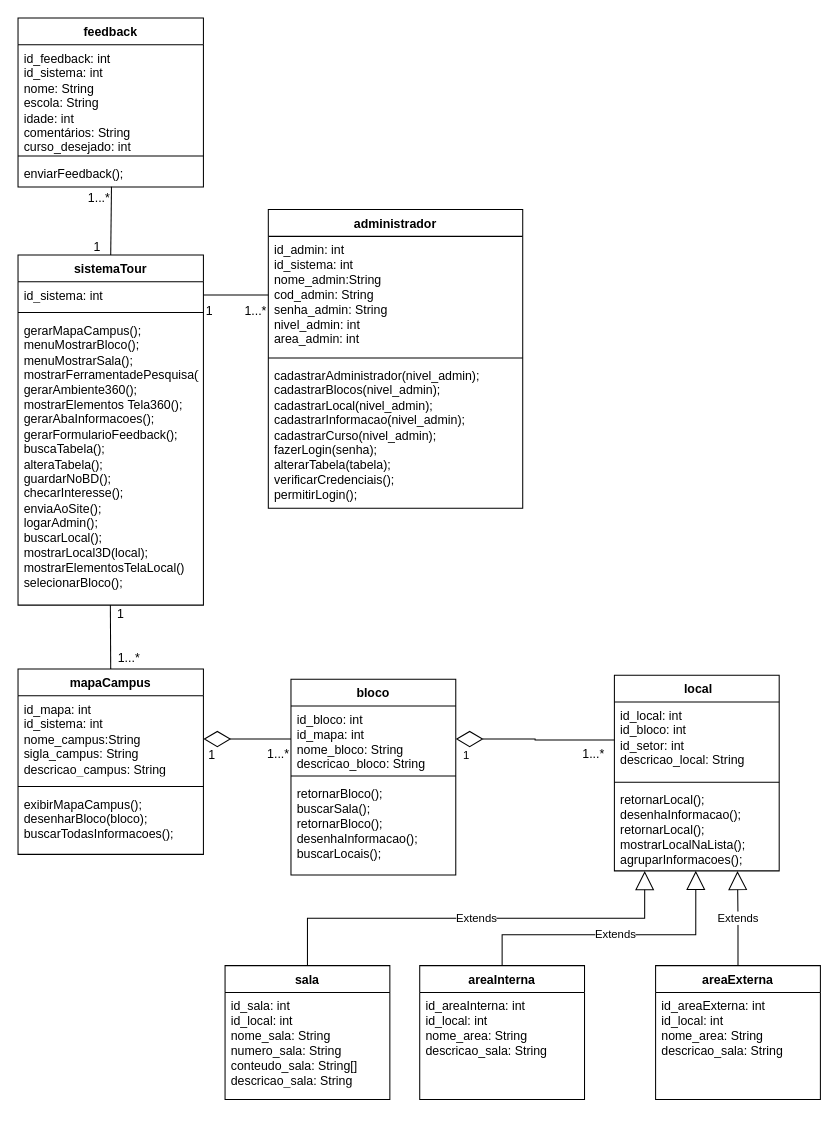
The draw.io diagram DiagramaDeClasses.drawio in Gigagiga1234/Tour-Virtual, before the edit. Source tidied: cells renumbered, new cells numbered last; positions are measured from the earlier drawing's top-left corner, leaving out a move shared by most shapes. Both pictures are drawn from the tidied source at 103%, with x=0, y=0 at pixel (18, 18).
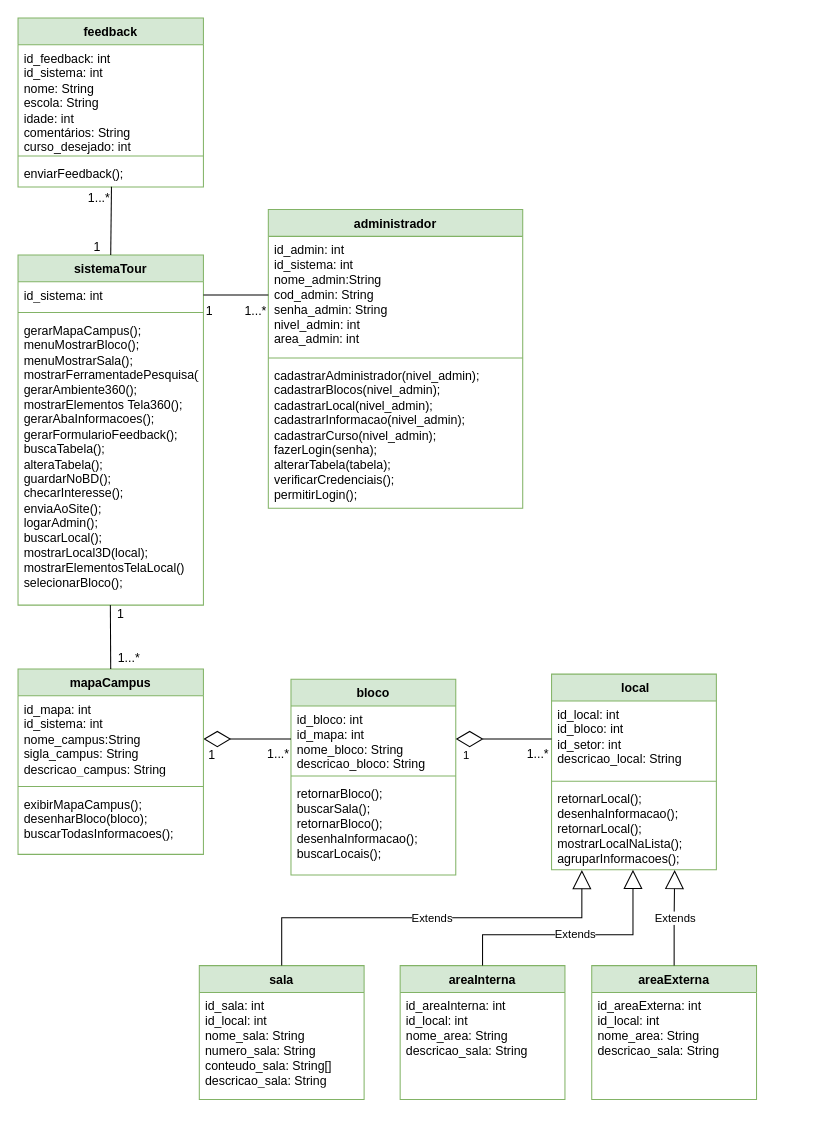
The same page after the edit.

The change refers to these unchanged cells:
```xml
<mxCell id="17" value="retornarLocal();&lt;br&gt;&lt;span style=&quot;text-align: center; text-wrap-mode: nowrap;&quot;&gt;&lt;font&gt;desenhaInformacao();&lt;/font&gt;&lt;/span&gt;&lt;br&gt;&lt;div style=&quot;text-wrap-mode: nowrap;&quot;&gt;&lt;font&gt;retornarLocal();&lt;br&gt;&lt;span style=&quot;text-align: center;&quot;&gt;&lt;font&gt;mostrarLocalNaLista();&lt;br&gt;&lt;/font&gt;&lt;/span&gt;&lt;span style=&quot;text-align: center;&quot;&gt;&lt;font&gt;agruparInformacoes();&lt;/font&gt;&lt;/span&gt;&lt;span style=&quot;text-align: center;&quot;&gt;&lt;font&gt;&lt;/font&gt;&lt;/span&gt;&lt;/font&gt;&lt;/div&gt;" style="text;strokeColor=none;fillColor=none;align=left;verticalAlign=top;spacingLeft=4;spacingRight=4;overflow=hidden;points=[[0,0.5],[1,0.5]];portConstraint=eastwest;whiteSpace=wrap;html=1;" parent="14" vertex="1">
  <mxGeometry y="108" width="160" height="82" as="geometry" />
</mxCell>
```

What changed in the source:
```diff
@@
-    <mxCell id="2" value="feedback" style="swimlane;fontStyle=1;align=center;verticalAlign=top;horizontal=1;startSize=26;whiteSpace=wrap;html=1;" parent="1" vertex="1">
+    <mxCell id="2" value="feedback" style="swimlane;fontStyle=1;align=center;verticalAlign=top;horizontal=1;startSize=26;whiteSpace=wrap;html=1;fillColor=#d5e8d4;strokeColor=#82b366;" parent="1" vertex="1">
       <mxGeometry width="180" height="164" as="geometry" />
     </mxCell>
@@
-    <mxCell id="6" value="administrador" style="swimlane;fontStyle=1;align=center;verticalAlign=top;horizontal=1;startSize=26;whiteSpace=wrap;html=1;" parent="1" vertex="1">
+    <mxCell id="6" value="administrador" style="swimlane;fontStyle=1;align=center;verticalAlign=top;horizontal=1;startSize=26;whiteSpace=wrap;html=1;fillColor=#d5e8d4;strokeColor=#82b366;" parent="1" vertex="1">
       <mxGeometry x="243" y="186" width="247" height="290" as="geometry" />
     </mxCell>
@@
-    <mxCell id="10" value="bloco" style="swimlane;fontStyle=1;align=center;verticalAlign=top;horizontal=1;startSize=26;whiteSpace=wrap;html=1;" parent="1" vertex="1">
+    <mxCell id="10" value="bloco" style="swimlane;fontStyle=1;align=center;verticalAlign=top;horizontal=1;startSize=26;whiteSpace=wrap;html=1;fillColor=#d5e8d4;strokeColor=#82b366;" parent="1" vertex="1">
       <mxGeometry x="265" y="642" width="160" height="190" as="geometry" />
     </mxCell>
@@
-    <mxCell id="14" value="&amp;nbsp;local" style="swimlane;fontStyle=1;align=center;verticalAlign=top;horizontal=1;startSize=26;whiteSpace=wrap;html=1;" parent="1" vertex="1">
-      <mxGeometry x="579" y="638" width="160" height="190" as="geometry" />
+    <mxCell id="14" value="&amp;nbsp;local" style="swimlane;fontStyle=1;align=center;verticalAlign=top;horizontal=1;startSize=26;whiteSpace=wrap;html=1;fillColor=#d5e8d4;strokeColor=#82b366;" parent="1" vertex="1">
+      <mxGeometry x="518" y="637" width="160" height="190" as="geometry" />
     </mxCell>
@@
-    <mxCell id="21" value="mapaCampus" style="swimlane;fontStyle=1;align=center;verticalAlign=top;horizontal=1;startSize=26;whiteSpace=wrap;html=1;" parent="1" vertex="1">
+    <mxCell id="21" value="mapaCampus" style="swimlane;fontStyle=1;align=center;verticalAlign=top;horizontal=1;startSize=26;whiteSpace=wrap;html=1;fillColor=#d5e8d4;strokeColor=#82b366;" parent="1" vertex="1">
       <mxGeometry y="632" width="180" height="180" as="geometry" />
     </mxCell>
@@
     <mxCell id="25" value="1...*" style="text;html=1;whiteSpace=wrap;strokeColor=none;fillColor=none;align=center;verticalAlign=middle;rounded=0;" parent="1" vertex="1">
-      <mxGeometry x="529" y="700" width="60" height="30" as="geometry" />
+      <mxGeometry x="475" y="700" width="60" height="30" as="geometry" />
     </mxCell>
-    <mxCell id="26" value="sala" style="swimlane;fontStyle=1;align=center;verticalAlign=top;horizontal=1;startSize=26;whiteSpace=wrap;html=1;" parent="1" vertex="1">
-      <mxGeometry x="201" y="920" width="160" height="130" as="geometry" />
+    <mxCell id="26" value="sala" style="swimlane;fontStyle=1;align=center;verticalAlign=top;horizontal=1;startSize=26;whiteSpace=wrap;html=1;fillColor=#d5e8d4;strokeColor=#82b366;" parent="1" vertex="1">
+      <mxGeometry x="176" y="920" width="160" height="130" as="geometry" />
     </mxCell>
@@
-    <mxCell id="31" value="sistemaTour" style="swimlane;fontStyle=1;align=center;verticalAlign=top;horizontal=1;startSize=26;whiteSpace=wrap;html=1;" parent="1" vertex="1">
+    <mxCell id="31" value="sistemaTour" style="swimlane;fontStyle=1;align=center;verticalAlign=top;horizontal=1;startSize=26;whiteSpace=wrap;html=1;fillColor=#d5e8d4;strokeColor=#82b366;" parent="1" vertex="1">
       <mxGeometry y="230" width="180" height="340" as="geometry" />
     </mxCell>
@@
-    <mxCell id="39" value="areaExterna" style="swimlane;fontStyle=1;align=center;verticalAlign=top;horizontal=1;startSize=26;whiteSpace=wrap;html=1;" parent="1" vertex="1">
-      <mxGeometry x="619" y="920" width="160" height="130" as="geometry" />
+    <mxCell id="39" value="areaExterna" style="swimlane;fontStyle=1;align=center;verticalAlign=top;horizontal=1;startSize=26;whiteSpace=wrap;html=1;fillColor=#d5e8d4;strokeColor=#82b366;" parent="1" vertex="1">
+      <mxGeometry x="557" y="920" width="160" height="130" as="geometry" />
     </mxCell>
@@
-    <mxCell id="42" value="areaInterna" style="swimlane;fontStyle=1;align=center;verticalAlign=top;horizontal=1;startSize=26;whiteSpace=wrap;html=1;" parent="1" vertex="1">
-      <mxGeometry x="390" y="920" width="160" height="130" as="geometry" />
+    <mxCell id="42" value="areaInterna" style="swimlane;fontStyle=1;align=center;verticalAlign=top;horizontal=1;startSize=26;whiteSpace=wrap;html=1;fillColor=#d5e8d4;strokeColor=#82b366;" parent="1" vertex="1">
+      <mxGeometry x="371" y="920" width="160" height="130" as="geometry" />
     </mxCell>
@@
-    <mxCell id="44" value="Extends" style="endArrow=block;endSize=16;endFill=0;html=1;rounded=0;exitX=0.5;exitY=0;exitDx=0;exitDy=0;entryX=0.494;entryY=1;entryDx=0;entryDy=0;edgeStyle=orthogonalEdgeStyle;entryPerimeter=0;" parent="1" edge="1" source="42" target="17">
+    <mxCell id="44" value="Extends" style="endArrow=block;endSize=16;endFill=0;html=1;rounded=0;exitX=0.5;exitY=0;exitDx=0;exitDy=0;entryX=0.494;entryY=1;entryDx=0;entryDy=0;edgeStyle=elbowEdgeStyle;entryPerimeter=0;elbow=vertical;" parent="1" edge="1" source="42" target="17">
       <mxGeometry relative="1" as="geometry">
         <Array as="points">
-          <mxPoint x="470" y="890" />
-          <mxPoint x="658" y="890" />
+          <mxPoint x="530" y="890" />
         </Array>
       </mxGeometry>
     </mxCell>
```
